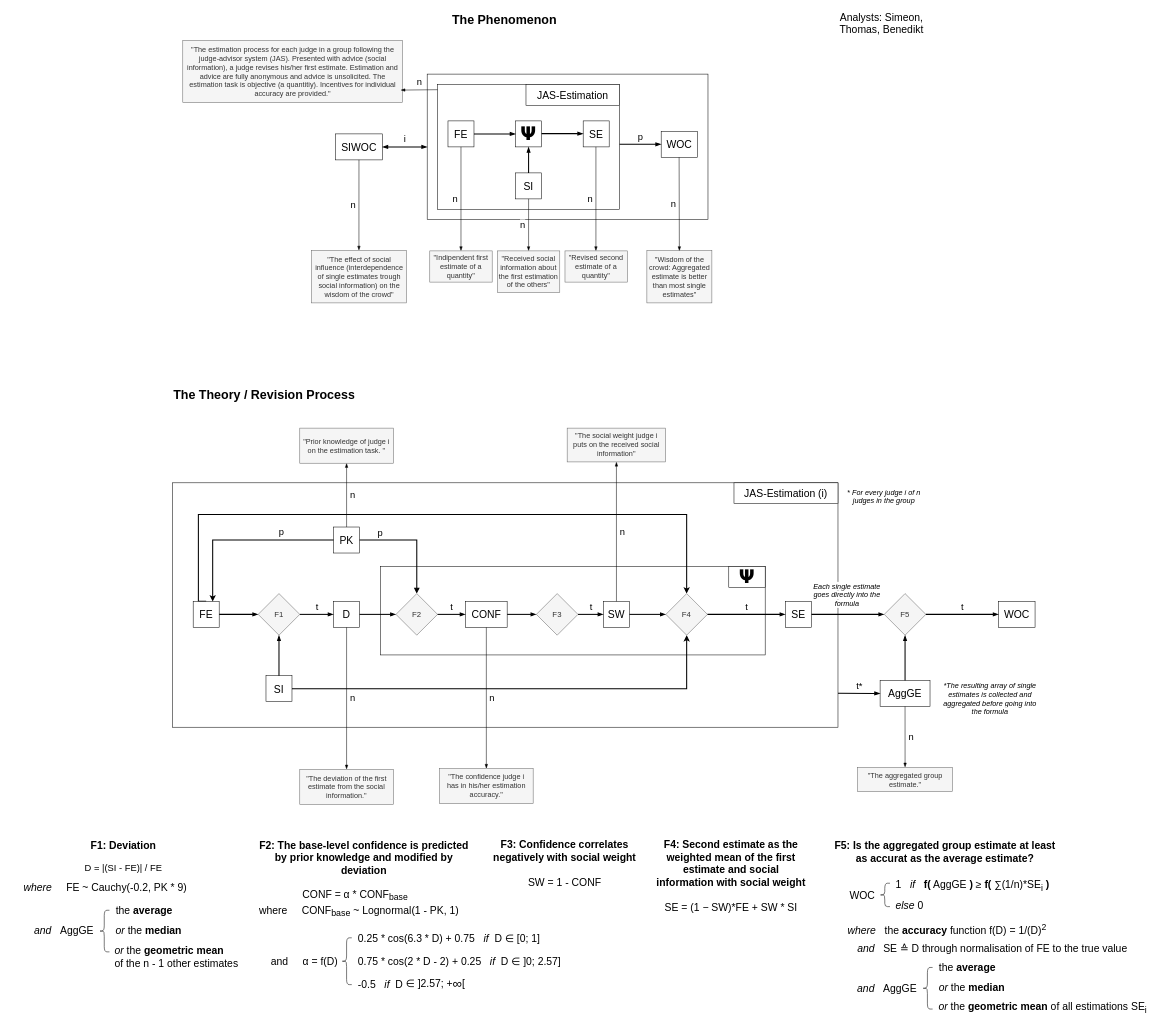
Earlier version of the draw.io diagram VAST_Display.drawio (Cornflames/Wisdom-of-Crowd). Source tidied: cells renumbered, new cells numbered last; positions are measured from the earlier drawing's top-left corner, leaving out a move shared by most shapes. Both pictures are drawn from the tidied source at 52%, with x=0, y=0 at pixel (9, 9).
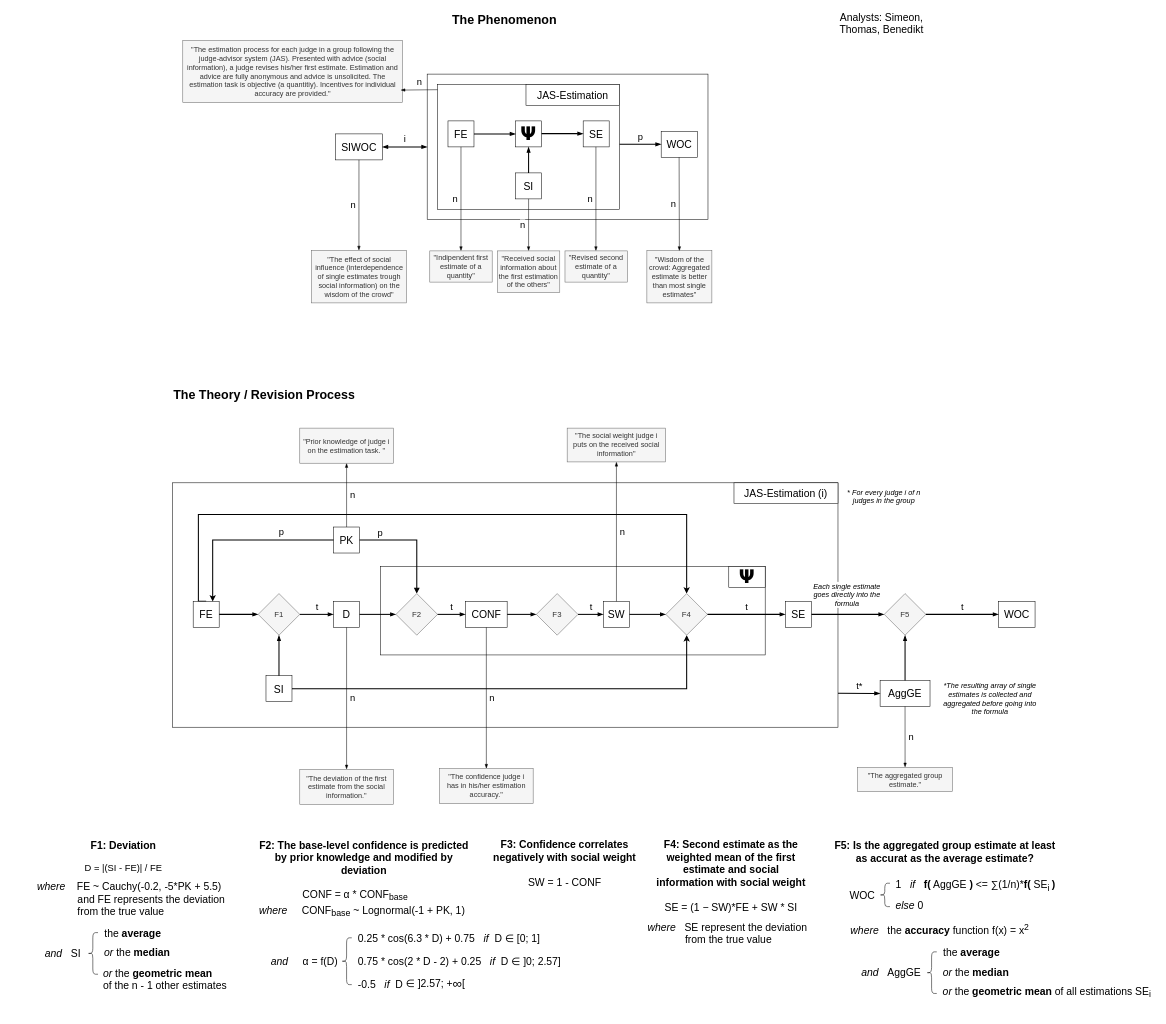
Above is the later version.

Commit message:
Updated VAST-Display: Anpassung der Verteilungsparameter

Unchanged cells that the change refers to:
```xml
<mxCell id="88" style="group;" parent="1" vertex="1">
  <mxGeometry x="485" y="1771" width="660" height="117" as="geometry" />
</mxCell>
```

Diff of the diagram source:
```diff
@@
-    <mxCell id="83" value="&lt;font style=&quot;font-size: 20px;&quot;&gt;&lt;b&gt;F2: The base-level confidence is predicted by prior knowledge and modified by deviation&lt;/b&gt;&lt;/font&gt;&lt;div style=&quot;line-height: 140%;&quot;&gt;&lt;font style=&quot;font-size: 20px;&quot;&gt;&amp;nbsp;&lt;/font&gt;&lt;div style=&quot;text-align: left;&quot;&gt;&lt;span style=&quot;font-size: 20px; line-height: 140%;&quot;&gt;&amp;nbsp; &amp;nbsp; &amp;nbsp; &amp;nbsp; &amp;nbsp; &amp;nbsp; &amp;nbsp; &amp;nbsp;CONF = &lt;/span&gt;&lt;span style=&quot;background-color: transparent; color: light-dark(rgb(0, 0, 0), rgb(255, 255, 255));&quot;&gt;&lt;font style=&quot;font-size: 20px; line-height: 140%;&quot;&gt;α * CONF&lt;sub style=&quot;line-height: 140%;&quot;&gt;base&lt;/sub&gt;&lt;/font&gt;&lt;/span&gt;&lt;/div&gt;&lt;div style=&quot;text-align: left;&quot;&gt;&lt;font style=&quot;background-color: transparent; color: light-dark(rgb(0, 0, 0), rgb(255, 255, 255)); line-height: 140%; font-size: 20px;&quot;&gt;where&amp;nbsp; &amp;nbsp; &amp;nbsp;&lt;/font&gt;&lt;span style=&quot;background-color: transparent; color: light-dark(rgb(0, 0, 0), rgb(255, 255, 255)); font-size: 20px; line-height: 140%;&quot;&gt;CONF&lt;/span&gt;&lt;sub style=&quot;background-color: transparent; color: light-dark(rgb(0, 0, 0), rgb(255, 255, 255)); line-height: 140%;&quot;&gt;&lt;font style=&quot;font-size: 17px; line-height: 140%;&quot;&gt;base&lt;/font&gt;&lt;/sub&gt;&lt;span style=&quot;background-color: transparent; color: light-dark(rgb(0, 0, 0), rgb(255, 255, 255)); font-size: 20px; line-height: 140%;&quot;&gt;&amp;nbsp;&lt;/span&gt;&lt;span style=&quot;background-color: transparent; color: light-dark(rgb(0, 0, 0), rgb(255, 255, 255)); font-size: 20px; line-height: 140%;&quot;&gt;~ Lognormal(1 - PK, 1)&lt;/span&gt;&lt;/div&gt;&lt;div style=&quot;text-align: left;&quot;&gt;&lt;span style=&quot;background-color: transparent; color: light-dark(rgb(0, 0, 0), rgb(255, 255, 255));&quot;&gt;&lt;font style=&quot;font-size: 20px; line-height: 140%;&quot;&gt;&amp;nbsp; &amp;nbsp; &amp;nbsp; &amp;nbsp; &amp;nbsp;&lt;/font&gt;&lt;/span&gt;&lt;/div&gt;&lt;/div&gt;" style="text;html=1;align=center;verticalAlign=middle;whiteSpace=wrap;rounded=0;" parent="1" vertex="1">
+    <mxCell id="83" value="&lt;font style=&quot;font-size: 20px;&quot;&gt;&lt;b&gt;F2: The base-level confidence is predicted by prior knowledge and modified by deviation&lt;/b&gt;&lt;/font&gt;&lt;div style=&quot;line-height: 140%;&quot;&gt;&lt;font style=&quot;font-size: 20px;&quot;&gt;&amp;nbsp;&lt;/font&gt;&lt;div style=&quot;text-align: left;&quot;&gt;&lt;span style=&quot;font-size: 20px; line-height: 140%;&quot;&gt;&amp;nbsp; &amp;nbsp; &amp;nbsp; &amp;nbsp; &amp;nbsp; &amp;nbsp; &amp;nbsp; &amp;nbsp;CONF = &lt;/span&gt;&lt;span style=&quot;background-color: transparent; color: light-dark(rgb(0, 0, 0), rgb(255, 255, 255));&quot;&gt;&lt;font style=&quot;font-size: 20px; line-height: 140%;&quot;&gt;α * CONF&lt;sub style=&quot;line-height: 140%;&quot;&gt;base&lt;/sub&gt;&lt;/font&gt;&lt;/span&gt;&lt;/div&gt;&lt;div style=&quot;text-align: left;&quot;&gt;&lt;font style=&quot;background-color: transparent; color: light-dark(rgb(0, 0, 0), rgb(255, 255, 255)); line-height: 140%; font-size: 20px;&quot;&gt;&lt;i&gt;where&lt;/i&gt;&amp;nbsp; &amp;nbsp; &amp;nbsp;&lt;/font&gt;&lt;span style=&quot;background-color: transparent; color: light-dark(rgb(0, 0, 0), rgb(255, 255, 255)); font-size: 20px; line-height: 140%;&quot;&gt;CONF&lt;/span&gt;&lt;sub style=&quot;background-color: transparent; color: light-dark(rgb(0, 0, 0), rgb(255, 255, 255)); line-height: 140%;&quot;&gt;&lt;font style=&quot;font-size: 17px; line-height: 140%;&quot;&gt;base&lt;/font&gt;&lt;/sub&gt;&lt;span style=&quot;background-color: transparent; color: light-dark(rgb(0, 0, 0), rgb(255, 255, 255)); font-size: 20px; line-height: 140%;&quot;&gt;&amp;nbsp;&lt;/span&gt;&lt;span style=&quot;background-color: transparent; color: light-dark(rgb(0, 0, 0), rgb(255, 255, 255)); font-size: 20px; line-height: 140%;&quot;&gt;~ Lognormal(-1 + PK, 1)&lt;/span&gt;&lt;/div&gt;&lt;div style=&quot;text-align: left;&quot;&gt;&lt;span style=&quot;background-color: transparent; color: light-dark(rgb(0, 0, 0), rgb(255, 255, 255));&quot;&gt;&lt;font style=&quot;font-size: 20px; line-height: 140%;&quot;&gt;&amp;nbsp; &amp;nbsp; &amp;nbsp; &amp;nbsp; &amp;nbsp;&lt;/font&gt;&lt;/span&gt;&lt;/div&gt;&lt;/div&gt;" style="text;html=1;align=center;verticalAlign=middle;whiteSpace=wrap;rounded=0;" parent="1" vertex="1">
       <mxGeometry x="480" y="1612" width="405" height="150" as="geometry" />
     </mxCell>
@@
-    <mxCell id="93" value="&lt;font style=&quot;font-size: 20px;&quot;&gt;&lt;span style=&quot;&quot;&gt;&amp;nbsp; &amp;nbsp;and&amp;nbsp; &amp;nbsp; &amp;nbsp;α&lt;/span&gt;&lt;span style=&quot;&quot;&gt;&amp;nbsp;= f(D)&lt;/span&gt;&lt;/font&gt;" style="text;html=1;align=left;verticalAlign=middle;whiteSpace=wrap;rounded=0;" parent="88" vertex="1">
+    <mxCell id="93" value="&lt;font style=&quot;font-size: 20px;&quot;&gt;&amp;nbsp; &amp;nbsp;&lt;i&gt;and&lt;/i&gt;&amp;nbsp; &amp;nbsp; &amp;nbsp;α&amp;nbsp;= f(D)&lt;/font&gt;" style="text;html=1;align=left;verticalAlign=middle;whiteSpace=wrap;rounded=0;" parent="88" vertex="1">
       <mxGeometry y="44" width="160" height="30" as="geometry" />
     </mxCell>
@@
-    <mxCell id="97" value="1&amp;nbsp; &amp;nbsp;&lt;i&gt;if&lt;/i&gt;&amp;nbsp; &amp;nbsp;&lt;b&gt;f(&lt;/b&gt; AggGE &lt;b&gt;)&lt;/b&gt;&amp;nbsp;≥&amp;nbsp;&lt;b&gt;f(&lt;/b&gt; ∑(1/n)*SE&lt;sub&gt;i&lt;/sub&gt;&amp;nbsp;&lt;b&gt;)&lt;/b&gt;" style="text;html=1;align=left;verticalAlign=middle;whiteSpace=wrap;rounded=0;fontSize=20;" parent="1" vertex="1">
+    <mxCell id="97" value="1&amp;nbsp; &amp;nbsp;&lt;i&gt;if&lt;/i&gt;&amp;nbsp; &amp;nbsp;&lt;b&gt;f(&lt;/b&gt; AggGE &lt;b&gt;)&lt;/b&gt;&amp;nbsp;&amp;lt;=&amp;nbsp;∑(1/n)*&lt;b&gt;f(&amp;nbsp;&lt;/b&gt;SE&lt;sub&gt;i&amp;nbsp;&lt;/sub&gt;&lt;b&gt;)&lt;/b&gt;" style="text;html=1;align=left;verticalAlign=middle;whiteSpace=wrap;rounded=0;fontSize=20;" parent="1" vertex="1">
       <mxGeometry x="1703" y="1671" width="361" height="30" as="geometry" />
     </mxCell>
@@
-    <mxCell id="99" value="&lt;i&gt;where&amp;nbsp; &amp;nbsp;&lt;/i&gt;the &lt;b&gt;accuracy&lt;/b&gt; function f(D) = 1/(D)&lt;sup&gt;2&lt;/sup&gt;" style="text;html=1;align=center;verticalAlign=middle;whiteSpace=wrap;rounded=0;fontSize=20;" parent="1" vertex="1">
-      <mxGeometry x="1574" y="1754" width="460" height="30" as="geometry" />
+    <mxCell id="99" value="&lt;i&gt;where&amp;nbsp; &amp;nbsp;&lt;/i&gt;the &lt;b&gt;accuracy&lt;/b&gt; function f(x) = x&lt;sup&gt;2&lt;/sup&gt;" style="text;html=1;align=center;verticalAlign=middle;whiteSpace=wrap;rounded=0;fontSize=20;" parent="1" vertex="1">
+      <mxGeometry x="1560" y="1754" width="460" height="30" as="geometry" />
     </mxCell>
-    <mxCell id="100" value="&lt;i&gt;and&amp;nbsp; &amp;nbsp;&lt;/i&gt;SE&amp;nbsp;≙ D&amp;nbsp;through normalisation of FE to the true value" style="text;html=1;align=center;verticalAlign=middle;whiteSpace=wrap;rounded=0;fontSize=20;" parent="1" vertex="1">
-      <mxGeometry x="1620.5" y="1791" width="540" height="30" as="geometry" />
+    <mxCell id="100" value="&lt;i&gt;where&amp;nbsp; &amp;nbsp;&lt;/i&gt;SE represent the deviation&amp;nbsp; &amp;nbsp; &amp;nbsp; &amp;nbsp; &amp;nbsp; &amp;nbsp; &amp;nbsp; &amp;nbsp;from the true value" style="text;html=1;align=left;verticalAlign=middle;whiteSpace=wrap;rounded=0;fontSize=20;" parent="1" vertex="1">
+      <mxGeometry x="1226" y="1761.5" width="320" height="30" as="geometry" />
     </mxCell>
     <mxCell id="101" value="&lt;i&gt;and&amp;nbsp; &amp;nbsp;&lt;/i&gt;AggGE" style="text;html=1;align=center;verticalAlign=middle;whiteSpace=wrap;rounded=0;fontSize=20;" parent="1" vertex="1">
-      <mxGeometry x="1621" y="1867" width="135" height="30" as="geometry" />
+      <mxGeometry x="1629" y="1837" width="135" height="30" as="geometry" />
     </mxCell>
     <mxCell id="102" style="shape=curlyBracket;whiteSpace=wrap;html=1;rounded=1;labelPosition=left;verticalLabelPosition=middle;align=right;verticalAlign=middle;" parent="1" vertex="1">
-      <mxGeometry x="1756" y="1843" width="20" height="80" as="geometry" />
+      <mxGeometry x="1764" y="1813" width="20" height="80" as="geometry" />
     </mxCell>
     <mxCell id="103" value="the &lt;b&gt;average&lt;/b&gt;" style="text;html=1;align=center;verticalAlign=middle;whiteSpace=wrap;rounded=0;fontSize=20;" parent="1" vertex="1">
-      <mxGeometry x="1786" y="1828" width="114" height="30" as="geometry" />
+      <mxGeometry x="1794" y="1798" width="114" height="30" as="geometry" />
     </mxCell>
     <mxCell id="104" value="&lt;i&gt;or&lt;/i&gt; the &lt;b&gt;median&lt;/b&gt;" style="text;html=1;align=center;verticalAlign=middle;whiteSpace=wrap;rounded=0;fontSize=20;" parent="1" vertex="1">
-      <mxGeometry x="1779" y="1866" width="145" height="30" as="geometry" />
+      <mxGeometry x="1787" y="1836" width="145" height="30" as="geometry" />
     </mxCell>
     <mxCell id="105" value="&lt;i&gt;or&lt;/i&gt; the &lt;b&gt;geometric mean&lt;/b&gt; of all estimations SE&lt;sub&gt;i&lt;/sub&gt;" style="text;html=1;align=center;verticalAlign=middle;whiteSpace=wrap;rounded=0;fontSize=20;" parent="1" vertex="1">
-      <mxGeometry x="1775" y="1906" width="426" height="30" as="geometry" />
+      <mxGeometry x="1783" y="1876" width="426" height="30" as="geometry" />
     </mxCell>
     <mxCell id="106" style="group;align=left;" parent="1" vertex="1">
-      <mxGeometry x="38" y="1718" width="403" height="119" as="geometry" />
+      <mxGeometry x="16" y="1761" width="403" height="119" as="geometry" />
     </mxCell>
-    <mxCell id="107" value="&lt;i&gt;and&amp;nbsp; &amp;nbsp;&lt;/i&gt;AggGE" style="text;html=1;align=center;verticalAlign=middle;whiteSpace=wrap;rounded=0;fontSize=20;" parent="106" vertex="1">
-      <mxGeometry y="39" width="135" height="30" as="geometry" />
+    <mxCell id="107" value="&lt;i&gt;and&amp;nbsp; &amp;nbsp;&lt;/i&gt;SI" style="text;html=1;align=center;verticalAlign=middle;whiteSpace=wrap;rounded=0;fontSize=20;" parent="106" vertex="1">
+      <mxGeometry x="20" y="39" width="135" height="30" as="geometry" />
     </mxCell>
@@
-    <mxCell id="112" value="&lt;i style=&quot;text-align: left;&quot;&gt;where&lt;/i&gt;&lt;span style=&quot;text-align: left;&quot;&gt;&amp;nbsp; &amp;nbsp; &amp;nbsp;FE ~ Cauchy(-0.2, PK * 9)&lt;/span&gt;" style="text;html=1;align=center;verticalAlign=middle;whiteSpace=wrap;rounded=0;fontSize=20;" parent="1" vertex="1">
-      <mxGeometry y="1674" width="370" height="30" as="geometry" />
+    <mxCell id="112" value="&lt;i style=&quot;&quot;&gt;where&lt;/i&gt;&lt;span style=&quot;&quot;&gt;&amp;nbsp; &amp;nbsp; FE ~ Cauchy(-0.2, -5*PK + 5.5)&lt;/span&gt;&lt;div&gt;&lt;span style=&quot;&quot;&gt;&amp;nbsp; &amp;nbsp; &amp;nbsp; &amp;nbsp; &amp;nbsp; &amp;nbsp; &amp;nbsp; and FE represents the deviation&amp;nbsp;&lt;/span&gt;&lt;/div&gt;&lt;div&gt;&lt;span style=&quot;&quot;&gt;&amp;nbsp; &amp;nbsp; &amp;nbsp; &amp;nbsp; &amp;nbsp; &amp;nbsp; &amp;nbsp; from the true value&lt;/span&gt;&lt;/div&gt;" style="text;html=1;align=left;verticalAlign=middle;whiteSpace=wrap;rounded=0;fontSize=20;" parent="1" vertex="1">
+      <mxGeometry x="52" y="1696" width="463" height="30" as="geometry" />
     </mxCell>
```
